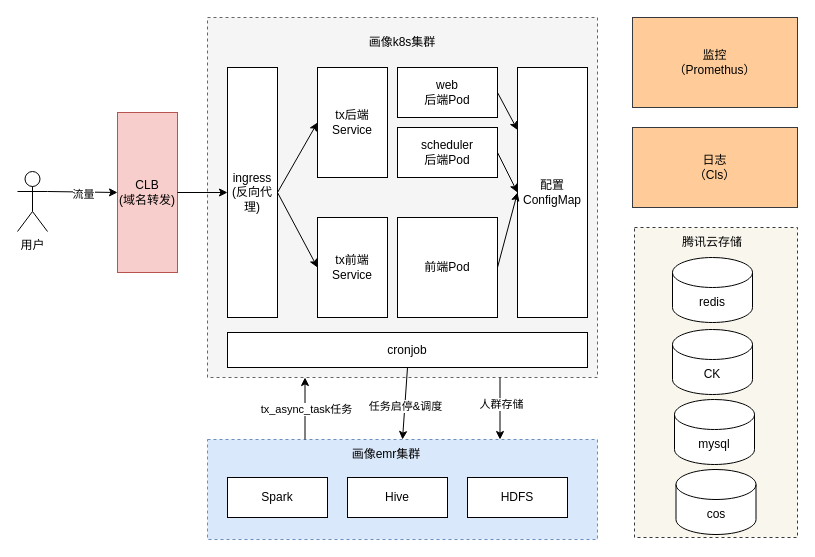
learn2Pro/draw_io_save keeps this draw.io diagram as tx_cloud_architecture.drawio. Above is the earlier version. Source tidied: cells renumbered, new cells numbered last; positions are measured from the earlier drawing's top-left corner, leaving out a move shared by most shapes. Both pictures are drawn from the tidied source at 100%, with x=0, y=0 at pixel (17, 17).
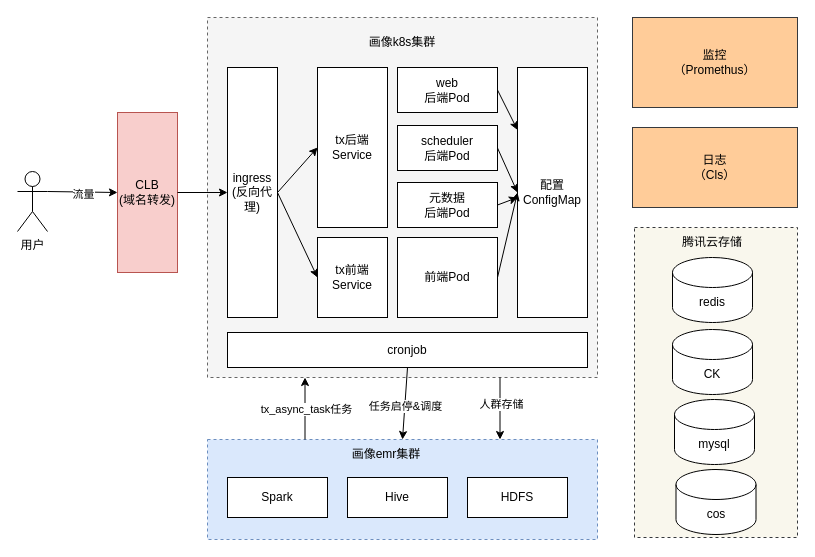
The same diagram, later.

The edit, as a diff of the source:
```diff
@@
     <mxCell id="19" value="tx后端Service" style="rounded=0;whiteSpace=wrap;html=1;" parent="1" vertex="1">
-      <mxGeometry x="300" y="50" width="70" height="110" as="geometry" />
+      <mxGeometry x="300" y="50" width="70" height="160" as="geometry" />
     </mxCell>
     <mxCell id="20" value="tx前端Service" style="rounded=0;whiteSpace=wrap;html=1;" parent="1" vertex="1">
-      <mxGeometry x="300" y="200" width="70" height="100" as="geometry" />
+      <mxGeometry x="300" y="220" width="70" height="80" as="geometry" />
     </mxCell>
@@
     <mxCell id="23" value="web&lt;br&gt;后端Pod" style="rounded=0;whiteSpace=wrap;html=1;" parent="1" vertex="1">
-      <mxGeometry x="380" y="50" width="100" height="50" as="geometry" />
+      <mxGeometry x="380" y="50" width="100" height="45" as="geometry" />
     </mxCell>
     <mxCell id="24" value="scheduler&lt;br&gt;后端Pod" style="rounded=0;whiteSpace=wrap;html=1;" parent="1" vertex="1">
-      <mxGeometry x="380" y="110" width="100" height="50" as="geometry" />
+      <mxGeometry x="380" y="108" width="100" height="45" as="geometry" />
     </mxCell>
     <mxCell id="25" value="前端Pod" style="rounded=0;whiteSpace=wrap;html=1;" parent="1" vertex="1">
-      <mxGeometry x="380" y="200" width="100" height="100" as="geometry" />
+      <mxGeometry x="380" y="220" width="100" height="80" as="geometry" />
     </mxCell>
@@
+    <mxCell id="41" value="元数据&lt;br&gt;后端Pod" style="rounded=0;whiteSpace=wrap;html=1;" parent="1" vertex="1">
+      <mxGeometry x="380" y="165" width="100" height="45" as="geometry" />
+    </mxCell>
+    <mxCell id="42" style="endArrow=classic;html=1;rounded=0;exitX=1;exitY=0.5;exitDx=0;exitDy=0;" parent="1" edge="1" source="41">
+      <mxGeometry relative="1" as="geometry">
+        <mxPoint x="500" y="180" as="targetPoint" />
+      </mxGeometry>
+    </mxCell>
```
